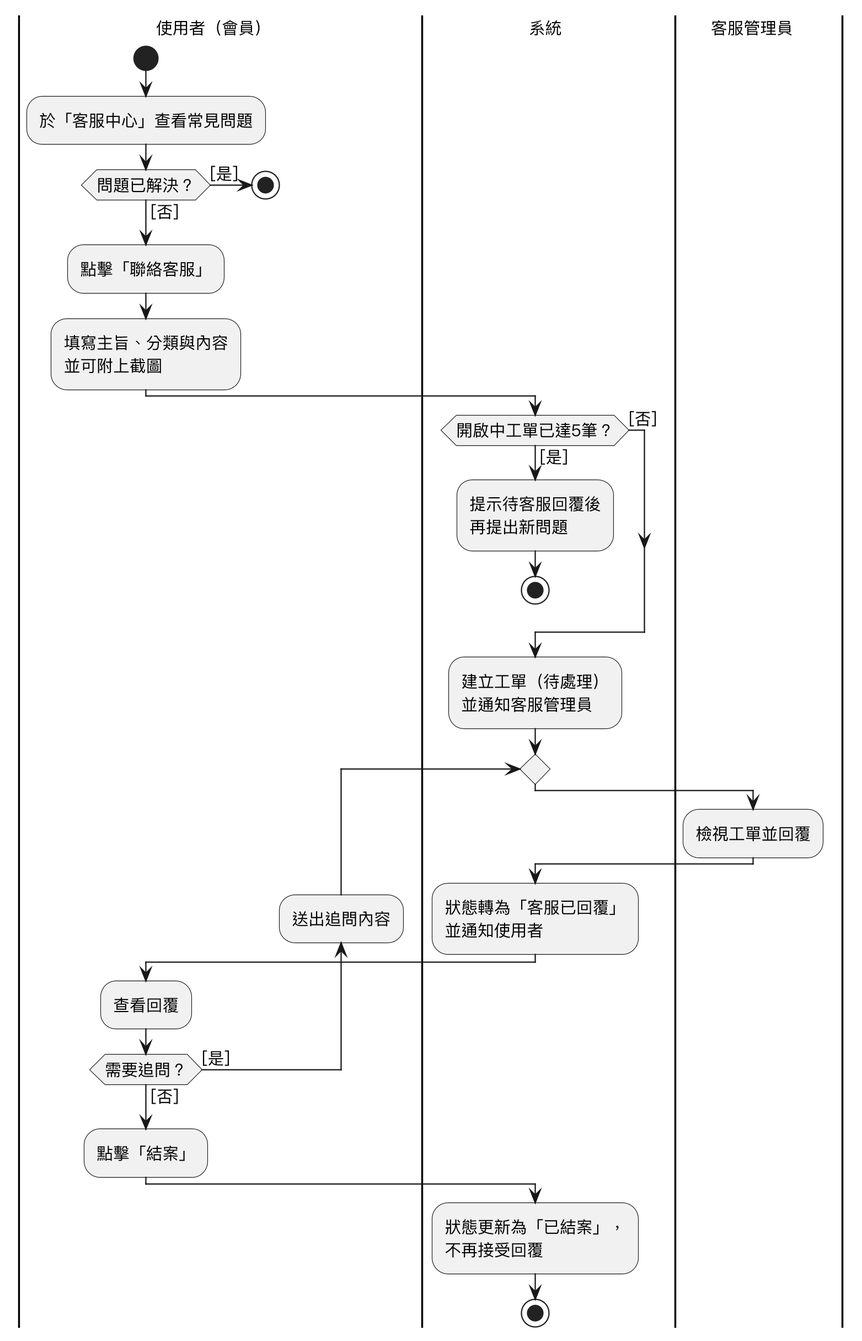
Before: Diagrams/Activity diagram/v3/uc12.png, a diagram exported from PlantUML (SaveMyBook/SaveMyBook). Its diagram source:
```plantuml
@startuml
skinparam monochrome true
skinparam shadowing false
skinparam dpi 220
skinparam defaultFontName "PingFang TC"
skinparam defaultFontSize 13
skinparam swimlaneWidth same
|使用者（會員）|
start
:於「客服中心」查看常見問題;
if (問題已解決？) then ([是])
  stop
else ([否])
endif
:點擊「聯絡客服」;
:填寫主旨、分類與內容\n並可附上截圖;
|系統|
if (開啟中工單已達5筆？) then ([是])
  :提示待客服回覆後\n再提出新問題;
  stop
else ([否])
endif
:建立工單（待處理）\n並通知客服管理員;
repeat
  |客服管理員|
  :檢視工單並回覆;
  |系統|
  :狀態轉為「客服已回覆」\n並通知使用者;
  |使用者（會員）|
  :查看回覆;
backward:送出追問內容;
repeat while (需要追問？) is ([是]) not ([否])
:點擊「結案」;
|系統|
:狀態更新為「已結案」，\n不再接受回覆;
stop
@enduml
```
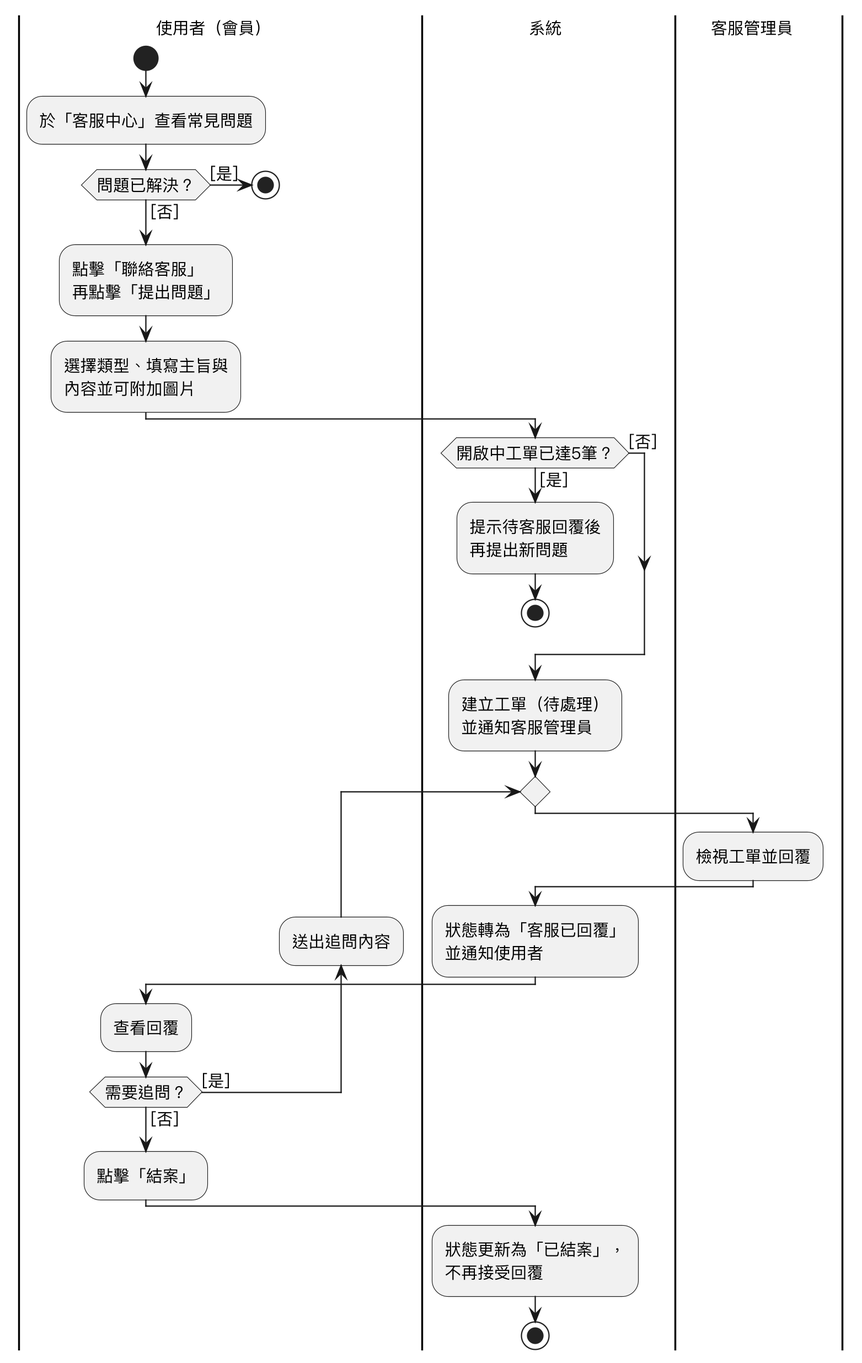
The same file after the commit.

The edit, as a diff of the source:
```diff
@@ -12,8 +12,8 @@
   stop
 else ([否])
 endif
-:點擊「聯絡客服」;
-:填寫主旨、分類與內容\n並可附上截圖;
+:點擊「聯絡客服」\n再點擊「提出問題」;
+:選擇類型、填寫主旨與\n內容並可附加圖片;
 |系統|
 if (開啟中工單已達5筆？) then ([是])
   :提示待客服回覆後\n再提出新問題;
```
